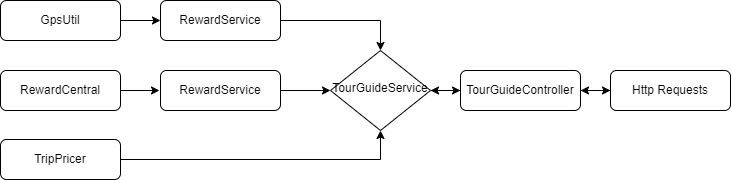
This is src/Diagramme sans nom.drawio.png from simoncourtecuisse/TourGuide, a draw.io export, as it was before one commit. Source tidied: cells renumbered, new cells last; positions are measured from the earlier drawing's top-left corner, leaving out a move shared by most shapes.
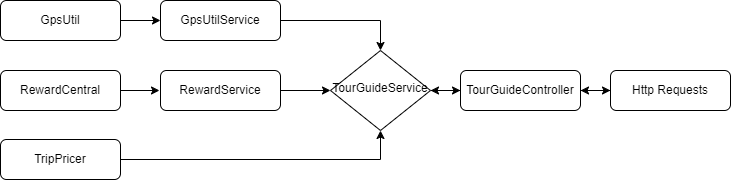
The same file after the commit.

Commit message:
Mettre à jour Diagramme sans nom.drawio.png

The edit, as a diff of the source:
```diff
@@ -53,7 +53,7 @@
     <mxCell id="17" style="edgeStyle=orthogonalEdgeStyle;rounded=0;jettySize=auto;html=1;" parent="1" edge="1" source="18" target="16">
       <mxGeometry relative="1" as="geometry" />
     </mxCell>
-    <mxCell id="18" value="RewardService" style="rounded=1;whiteSpace=wrap;html=1;fontSize=12;glass=0;strokeWidth=1;shadow=0;" parent="1" vertex="1">
+    <mxCell id="18" value="GpsUtilService" style="rounded=1;whiteSpace=wrap;html=1;fontSize=12;glass=0;strokeWidth=1;shadow=0;" parent="1" vertex="1">
       <mxGeometry x="160" width="120" height="40" as="geometry" />
     </mxCell>
   </root>
```
